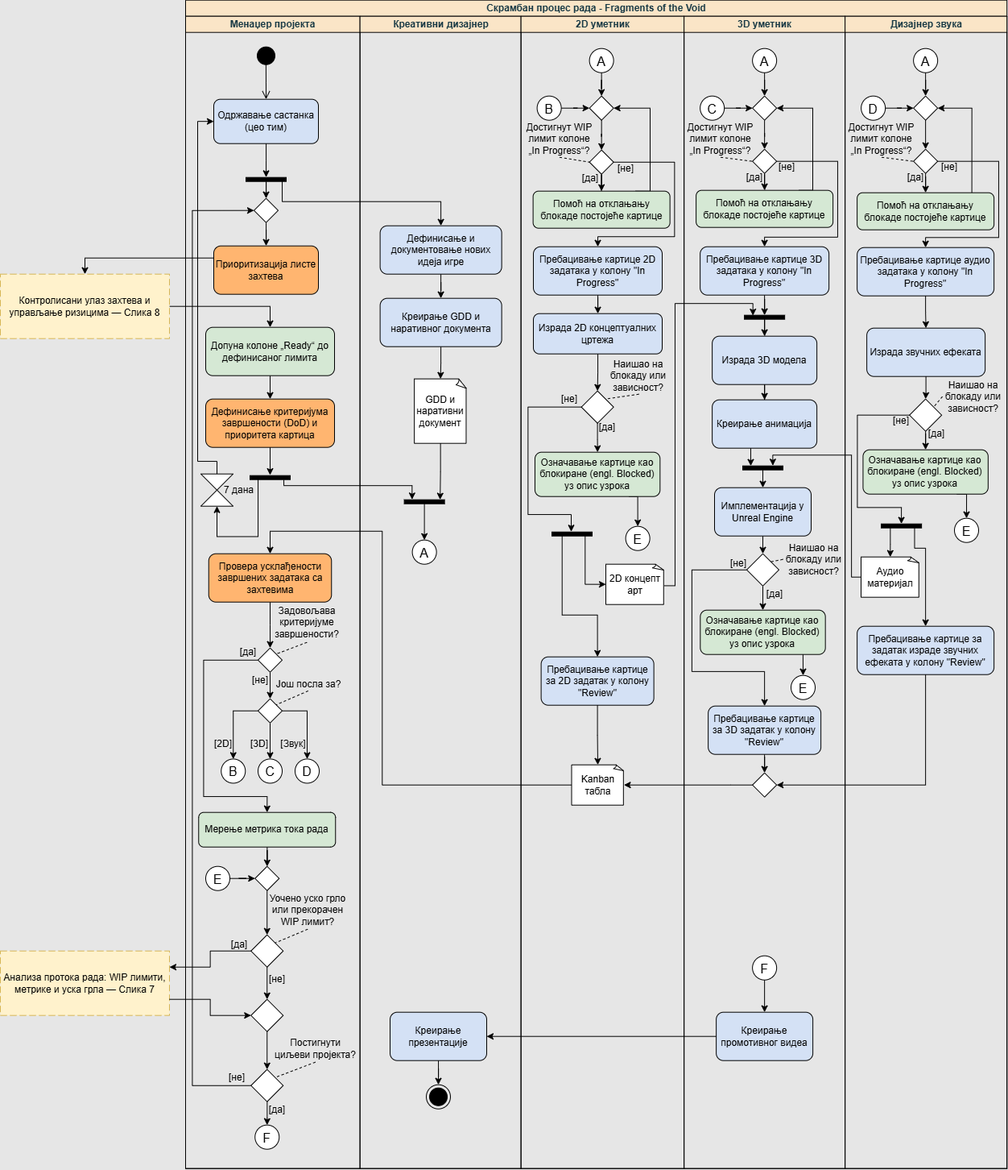
Before: slike/Playing Narratives - novi proces - v2 - Слика 9.png, a diagram exported from draw.io (TheWhiteRabbit21/bachelor-thesis). Source tidied: cells renumbered, new cells last; positions are measured from the earlier drawing's top-left corner, leaving out a move shared by most shapes.
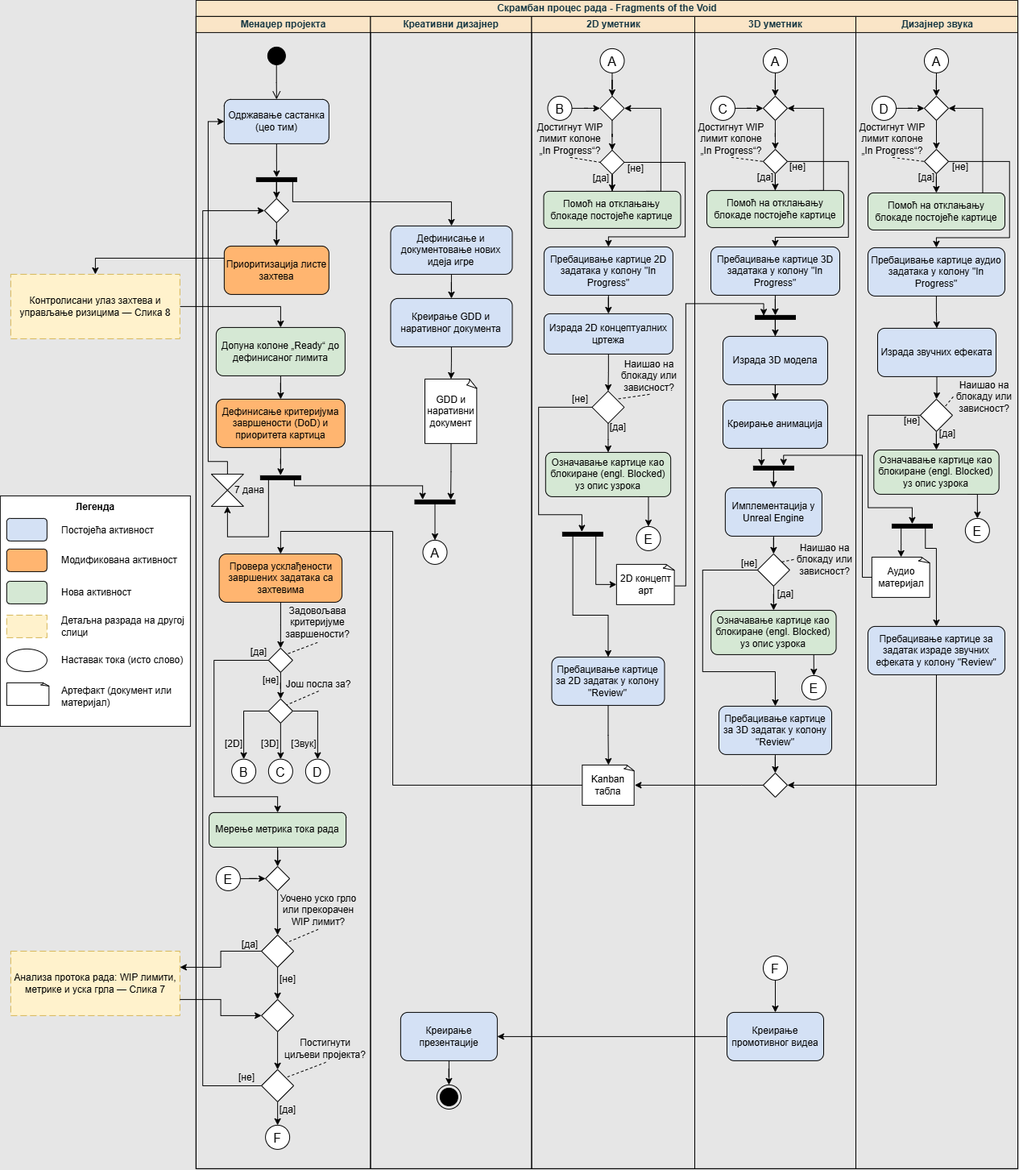
Later version of the same file.

The edit, as a diff of the source:
```diff
@@ -756,5 +756,44 @@
     <mxCell id="207" style="edgeStyle=orthogonalEdgeStyle;rounded=0;jettySize=auto;html=1;exitX=1;exitY=0.75;exitDx=0;exitDy=0;entryX=0;entryY=0.5;entryDx=0;entryDy=0;fontSize=12;" parent="1" edge="1" source="205" target="50">
       <mxGeometry relative="1" as="geometry" />
     </mxCell>
+    <mxCell id="208" value="Легенда" style="rounded=0;whiteSpace=wrap;html=1;verticalAlign=top;fillColor=#FFFFFF;strokeColor=#000000;fontSize=12;fontStyle=1;" parent="1" vertex="1">
+      <mxGeometry x="-13" y="615" width="236" height="286" as="geometry" />
+    </mxCell>
+    <mxCell id="209" style="rounded=1;whiteSpace=wrap;html=1;fillColor=#D4E1F5;strokeColor=#000000;fontSize=12;" parent="1" vertex="1">
+      <mxGeometry x="-5" y="643" width="50" height="28" as="geometry" />
+    </mxCell>
+    <mxCell id="210" value="Постојећа активност" style="text;html=1;whiteSpace=wrap;strokeColor=none;fillColor=none;align=left;verticalAlign=middle;fontSize=12;" parent="1" vertex="1">
+      <mxGeometry x="61" y="645" width="155.4" height="26" as="geometry" />
+    </mxCell>
+    <mxCell id="211" style="rounded=1;whiteSpace=wrap;html=1;fillColor=#FFB570;strokeColor=#000000;fontSize=12;" parent="1" vertex="1">
+      <mxGeometry x="-5" y="681" width="50" height="28" as="geometry" />
+    </mxCell>
+    <mxCell id="212" value="Модификована активност" style="text;html=1;whiteSpace=wrap;strokeColor=none;fillColor=none;align=left;verticalAlign=middle;fontSize=12;" parent="1" vertex="1">
+      <mxGeometry x="61" y="678" width="155.4" height="34" as="geometry" />
+    </mxCell>
+    <mxCell id="213" style="rounded=1;whiteSpace=wrap;html=1;fillColor=#D5E8D4;strokeColor=#000000;fontSize=12;" parent="1" vertex="1">
+      <mxGeometry x="-5" y="721" width="50" height="28" as="geometry" />
+    </mxCell>
+    <mxCell id="214" value="Нова активност" style="text;html=1;whiteSpace=wrap;strokeColor=none;fillColor=none;align=left;verticalAlign=middle;fontSize=12;" parent="1" vertex="1">
+      <mxGeometry x="61" y="718" width="155.4" height="34" as="geometry" />
+    </mxCell>
+    <mxCell id="215" style="rounded=0;whiteSpace=wrap;html=1;dashed=1;dashPattern=8 4;fillColor=#FFF2CC;strokeColor=#D6B656;fontSize=12;" parent="1" vertex="1">
+      <mxGeometry x="-5" y="763" width="50" height="28" as="geometry" />
+    </mxCell>
+    <mxCell id="216" value="Детаљна разрада на другој слици" style="text;html=1;whiteSpace=wrap;strokeColor=none;fillColor=none;align=left;verticalAlign=middle;fontSize=12;" parent="1" vertex="1">
+      <mxGeometry x="61" y="760" width="155.4" height="34" as="geometry" />
+    </mxCell>
+    <mxCell id="217" style="ellipse;fontSize=12;" parent="1" vertex="1">
+      <mxGeometry x="-5" y="805" width="50" height="28" as="geometry" />
+    </mxCell>
+    <mxCell id="218" value="Наставак тока (исто слово)" style="text;html=1;whiteSpace=wrap;strokeColor=none;fillColor=none;align=left;verticalAlign=middle;fontSize=12;" parent="1" vertex="1">
+      <mxGeometry x="61" y="802" width="155.4" height="34" as="geometry" />
+    </mxCell>
+    <mxCell id="219" style="whiteSpace=wrap;html=1;shape=mxgraph.basic.document;fontSize=12;" parent="1" vertex="1">
+      <mxGeometry x="-5" y="847" width="53" height="28" as="geometry" />
+    </mxCell>
+    <mxCell id="220" value="Артефакт (документ или материјал)" style="text;html=1;whiteSpace=wrap;strokeColor=none;fillColor=none;align=left;verticalAlign=middle;fontSize=12;" parent="1" vertex="1">
+      <mxGeometry x="61" y="847" width="155.4" height="34" as="geometry" />
+    </mxCell>
   </root>
 </mxGraphModel>
```
